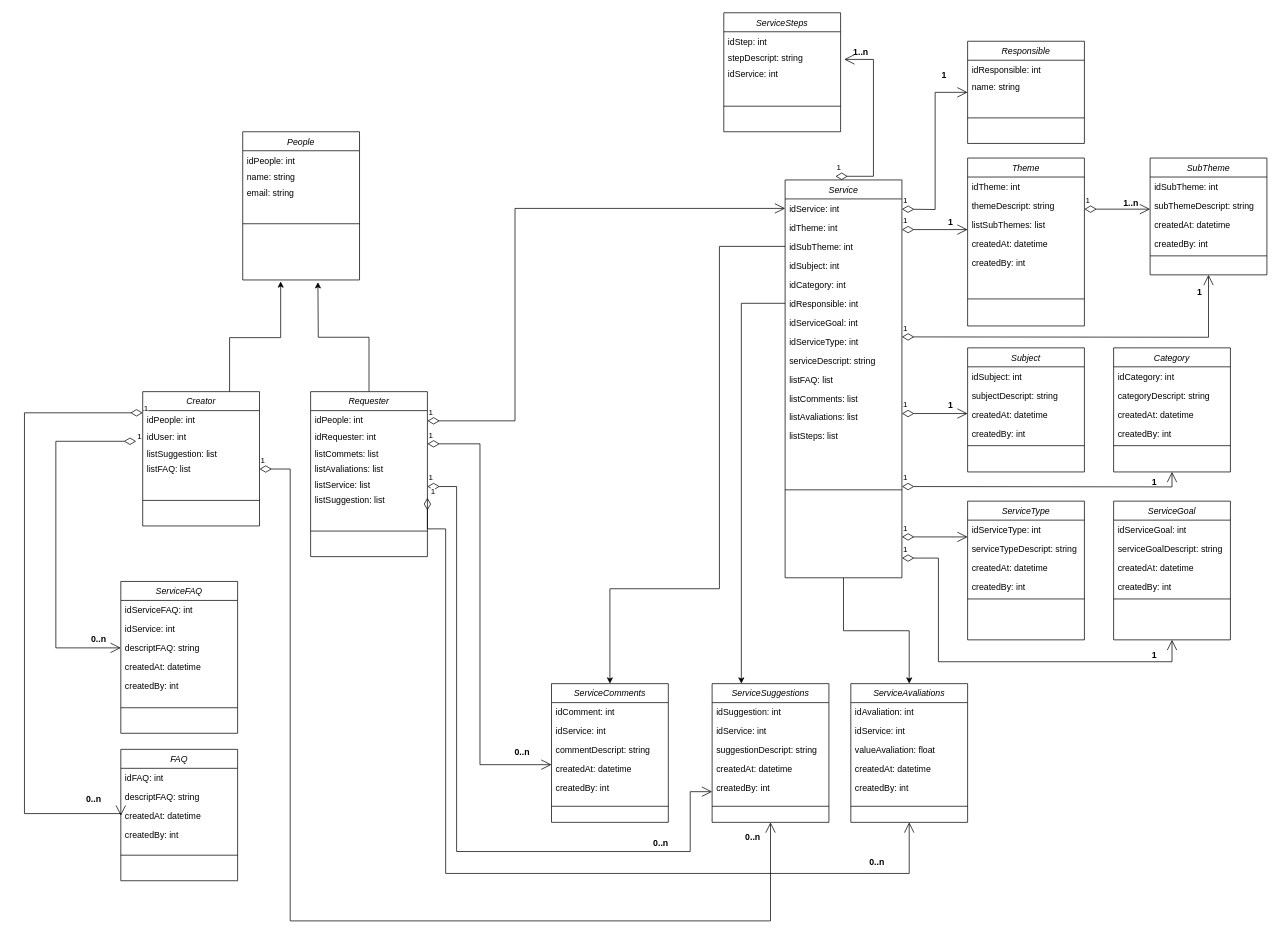
This is diagramaclasseCMS.drawio from scsoliveira/POO-CSharp, a draw.io file, before an edit. Source tidied: cells renumbered, new cells numbered last; positions are measured from the earlier drawing's top-left corner, leaving out a move shared by most shapes. Both pictures are drawn from the tidied source at 73%, with x=0, y=0 at pixel (24, 12).
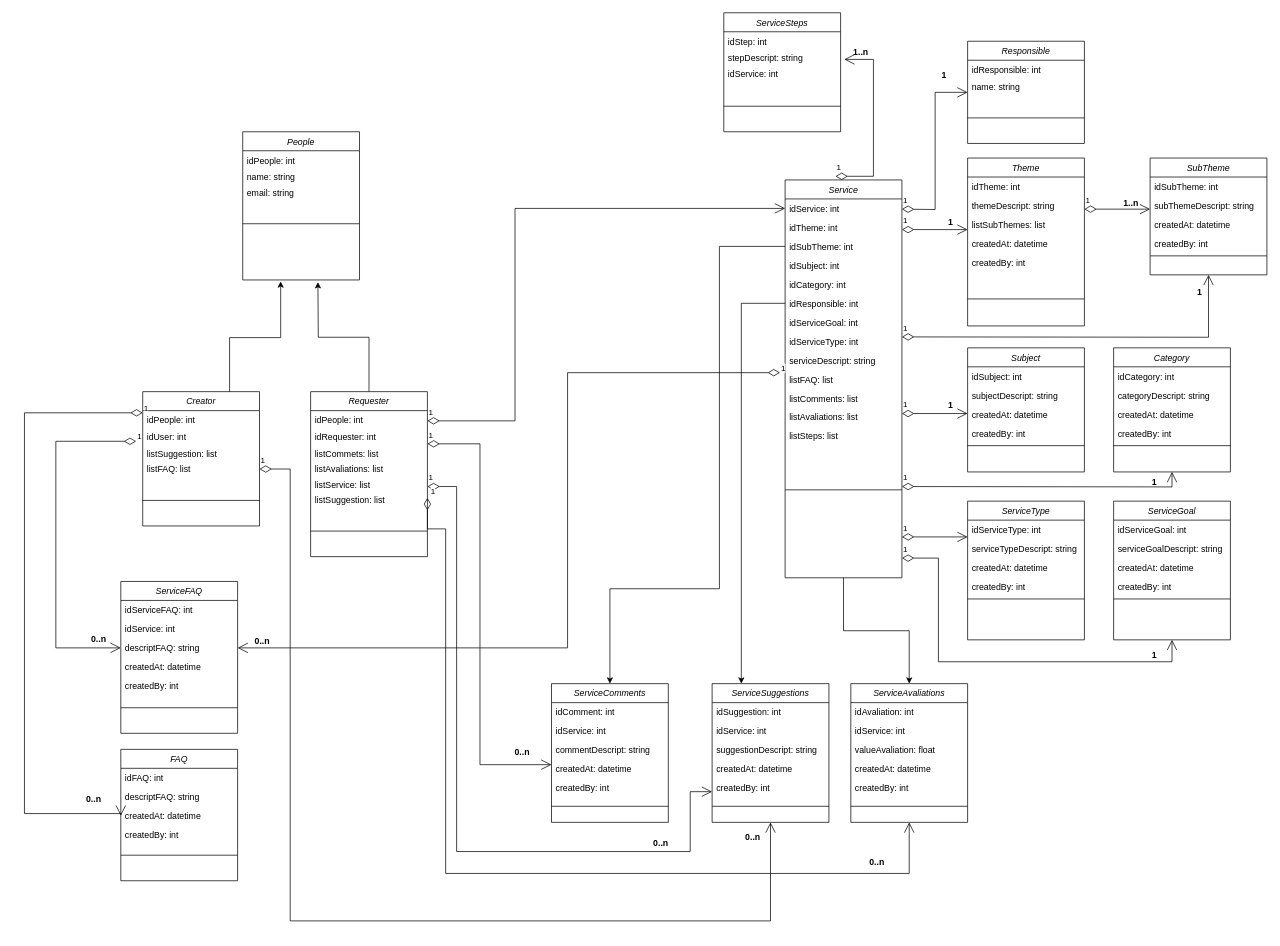
The same diagram, later.

Unchanged cells that the change refers to:
```xml
<mxCell id="42" value="Service" style="swimlane;fontStyle=2;align=center;verticalAlign=top;horizontal=1;startSize=26;rounded=0;shadow=0;strokeWidth=1;" parent="1" vertex="1">
  <mxGeometry x="1042" y="229" width="160" height="545" as="geometry" />
</mxCell>
<mxCell id="73" value="descriptFAQ: string" style="text;align=left;verticalAlign=top;spacingLeft=4;spacingRight=4;overflow=hidden;points=[[0,0.5],[1,0.5]];portConstraint=eastwest;rounded=0;shadow=0;html=0;" parent="70" vertex="1">
  <mxGeometry y="78" width="160" height="26" as="geometry" />
</mxCell>
```

What changed in the source:
```diff
@@
+    <mxCell id="151" value="1" style="endArrow=open;html=1;endSize=12;startArrow=diamondThin;startSize=14;startFill=0;edgeStyle=orthogonalEdgeStyle;align=left;verticalAlign=bottom;rounded=0;entryX=1;entryY=0.5;entryDx=0;entryDy=0;" parent="42" edge="1" target="73">
+      <mxGeometry x="-1" y="3" relative="1" as="geometry">
+        <mxPoint x="-7" y="264" as="sourcePoint" />
+        <Array as="points">
+          <mxPoint x="-298" y="264" />
+          <mxPoint x="-298" y="641" />
+        </Array>
+      </mxGeometry>
+    </mxCell>
@@
+    <mxCell id="152" value="0..n" style="text;align=center;fontStyle=1;verticalAlign=middle;spacingLeft=3;spacingRight=3;strokeColor=none;" parent="1" vertex="1">
+      <mxGeometry x="286" y="847" width="80" height="26" as="geometry" />
+    </mxCell>
```
